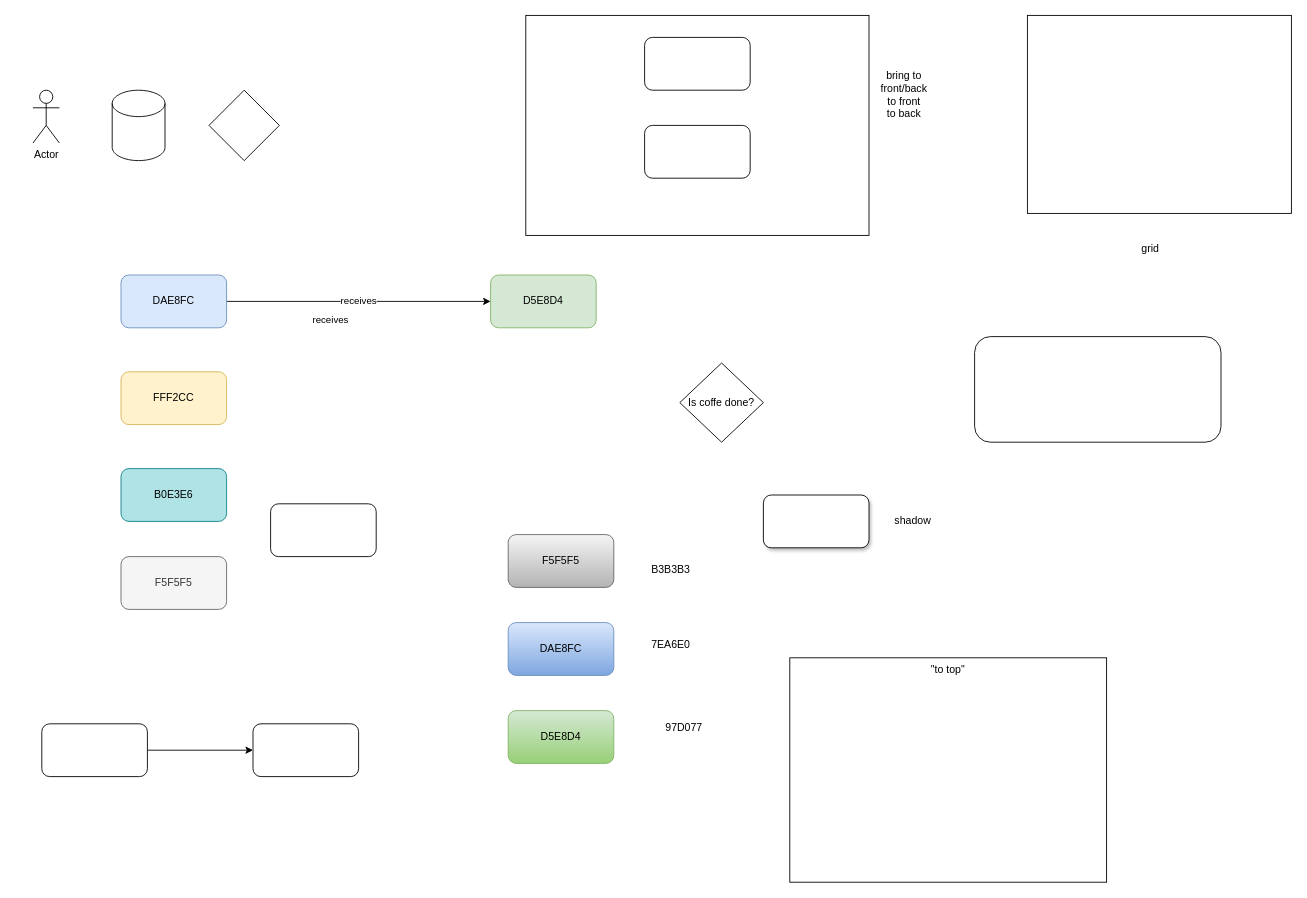
Before: page "Page-1" (1 of 2) of drawing_new_features.drawio in robertoestlin/noted, a draw.io diagram. Source tidied: cells renumbered, new cells numbered last; positions are measured from the earlier drawing's top-left corner, leaving out a move shared by most shapes. Both pictures are drawn from the tidied source at 88%, with x=0, y=0 at pixel (33, 15).
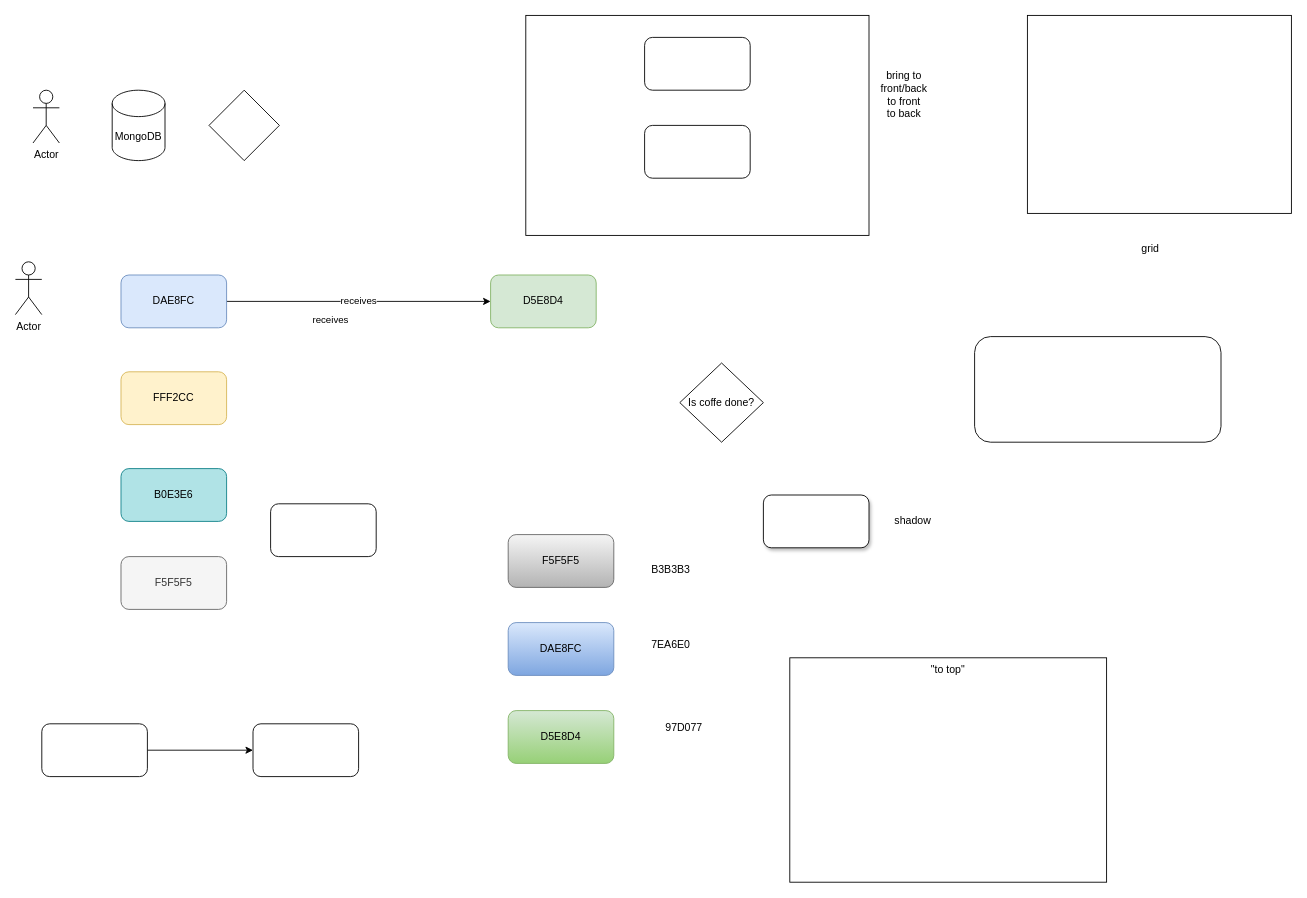
Above is the later version.

Change to the diagram source:
```diff
@@
-    <mxCell id="9" style="shape=cylinder3;whiteSpace=wrap;html=1;boundedLbl=1;backgroundOutline=1;size=15;" parent="1" vertex="1">
+    <mxCell id="9" value="MongoDB" style="shape=cylinder3;whiteSpace=wrap;html=1;boundedLbl=1;backgroundOutline=1;size=15;" parent="1" vertex="1">
       <mxGeometry x="90" y="85" width="60" height="80" as="geometry" />
     </mxCell>
@@
+    <mxCell id="33" value="Actor" style="shape=umlActor;verticalLabelPosition=bottom;verticalAlign=top;html=1;" parent="1" vertex="1">
+      <mxGeometry x="-20" y="280" width="30" height="60" as="geometry" />
+    </mxCell>
```
